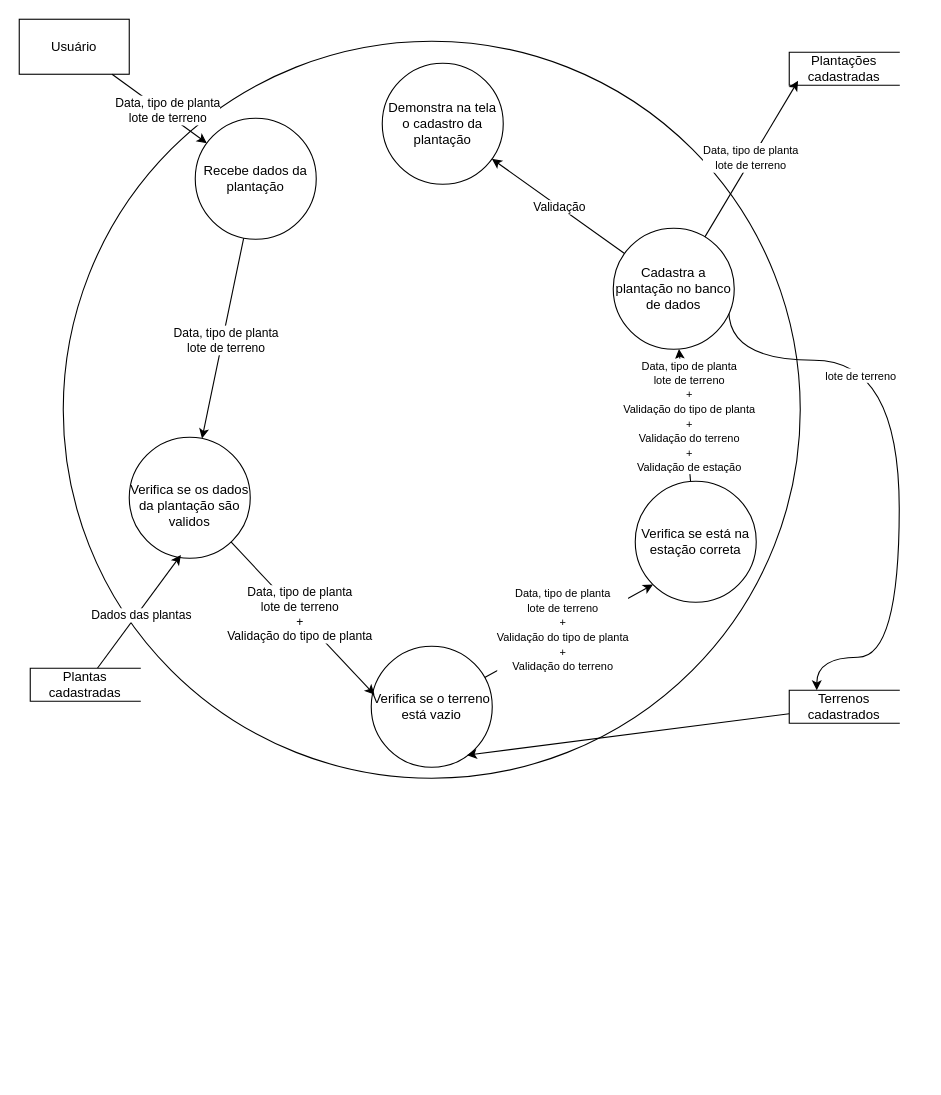
Nebul0Ok/SeuPaulo keeps this draw.io diagram as page "Usuario cadastra plantação" (3 of 6) of documentacao/Diagramas/Ações do Usuário.drawio. Above is the earlier version. Source tidied: cells renumbered, new cells numbered last; positions are measured from the earlier drawing's top-left corner, leaving out a move shared by most shapes. Both pictures are drawn from the tidied source at 110%, with x=0, y=0 at pixel (19, 19).
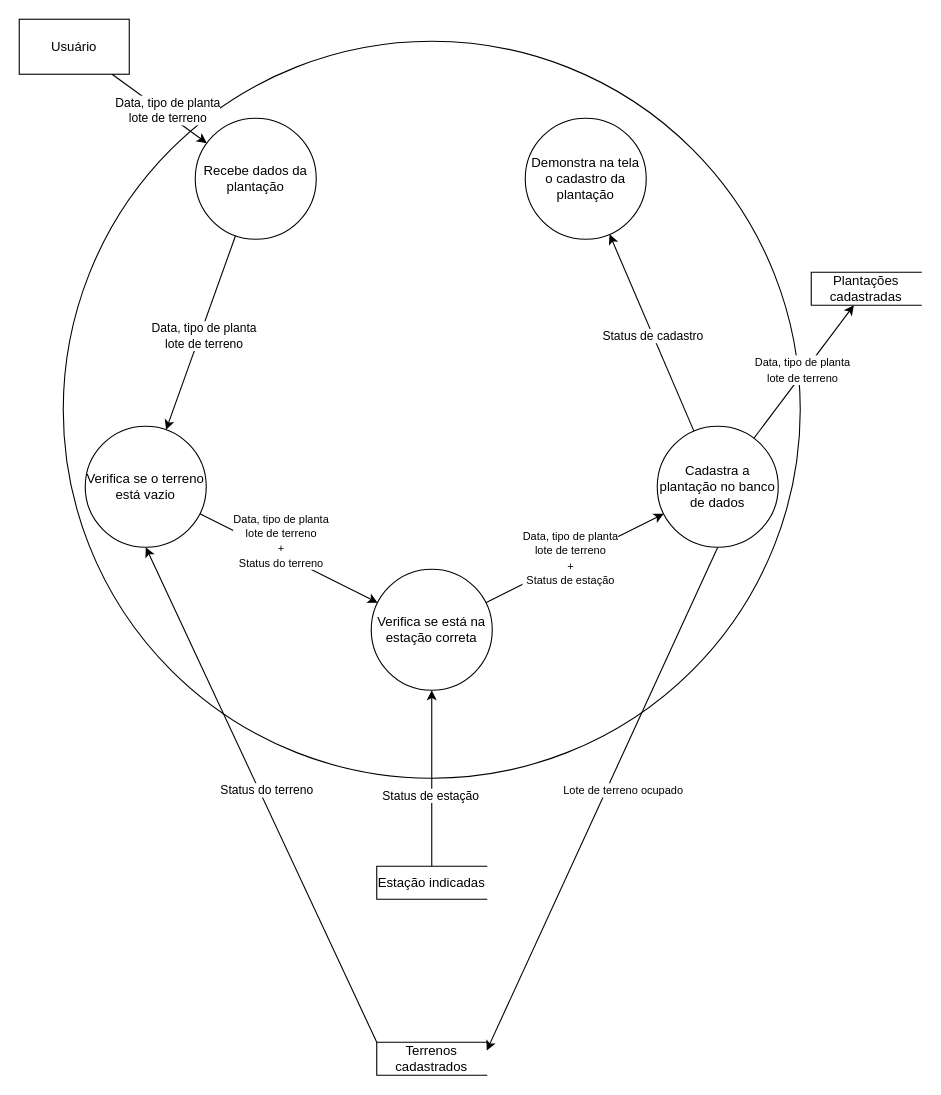
The same page after the edit.

The change refers to these unchanged cells:
```xml
<mxCell id="6" value="Recebe dados da plantação" style="shape=ellipse;html=1;dashed=0;whiteSpace=wrap;perimeter=ellipsePerimeter;" parent="1" vertex="1">
  <mxGeometry x="160" y="90" width="110" height="110" as="geometry" />
</mxCell>
<mxCell id="11" style="edgeStyle=none;rounded=0;jettySize=auto;html=1;" parent="1" edge="1" source="13" target="29">
  <mxGeometry relative="1" as="geometry" />
</mxCell>
<mxCell id="27" style="edgeStyle=none;rounded=0;jettySize=auto;html=1;" parent="1" edge="1" source="29" target="14">
  <mxGeometry relative="1" as="geometry" />
</mxCell>
```

What changed in the source:
```diff
@@
-    <mxCell id="4" style="edgeStyle=none;rounded=0;jettySize=auto;html=1;" parent="1" edge="1" source="6" target="7">
+    <mxCell id="4" style="edgeStyle=none;rounded=0;jettySize=auto;html=1;" parent="1" edge="1" source="6" target="10">
       <mxGeometry relative="1" as="geometry" />
     </mxCell>
@@
-    <mxCell id="7" value="&lt;div style=&quot;&quot;&gt;&lt;span style=&quot;background-color: initial;&quot;&gt;&lt;br&gt;&lt;/span&gt;&lt;/div&gt;&lt;div style=&quot;&quot;&gt;&lt;span style=&quot;background-color: initial;&quot;&gt;Verifica se os dados da plantação são validos&lt;/span&gt;&lt;br&gt;&lt;/div&gt;" style="shape=ellipse;html=1;dashed=0;whiteSpace=wrap;perimeter=ellipsePerimeter;" parent="1" vertex="1">
-      <mxGeometry x="100" y="380" width="110" height="110" as="geometry" />
-    </mxCell>
-    <mxCell id="8" style="edgeStyle=none;rounded=0;jettySize=auto;html=1;entryX=0;entryY=1;entryDx=0;entryDy=0;" parent="1" edge="1" source="10" target="13">
+    <mxCell id="8" style="edgeStyle=none;rounded=0;jettySize=auto;html=1;" parent="1" edge="1" source="10" target="13">
       <mxGeometry relative="1" as="geometry" />
     </mxCell>
-    <mxCell id="9" value="&lt;font style=&quot;font-size: 10px;&quot;&gt;Data, tipo de planta&lt;/font&gt;&lt;div&gt;&lt;font style=&quot;font-size: 10px;&quot;&gt;lote de terreno&lt;/font&gt;&lt;/div&gt;&lt;div&gt;&lt;font style=&quot;font-size: 10px;&quot;&gt;+&lt;/font&gt;&lt;/div&gt;&lt;div&gt;&lt;font style=&quot;font-size: 10px;&quot;&gt;Validação do tipo de planta&lt;/font&gt;&lt;/div&gt;&lt;div&gt;&lt;font style=&quot;font-size: 10px;&quot;&gt;+&lt;/font&gt;&lt;/div&gt;&lt;div&gt;&lt;font style=&quot;font-size: 10px;&quot;&gt;Validação do terreno&lt;/font&gt;&lt;/div&gt;" style="edgeLabel;html=1;align=center;verticalAlign=middle;" parent="8" vertex="1">
+    <mxCell id="9" value="&lt;font style=&quot;font-size: 10px;&quot;&gt;Data, tipo de planta&lt;/font&gt;&lt;div&gt;&lt;font style=&quot;font-size: 10px;&quot;&gt;lote de terreno&lt;/font&gt;&lt;/div&gt;&lt;div&gt;&lt;font style=&quot;font-size: 10px;&quot;&gt;+&lt;/font&gt;&lt;/div&gt;&lt;div&gt;&lt;span style=&quot;font-size: 10px;&quot;&gt;Status do terreno&lt;/span&gt;&lt;/div&gt;" style="edgeLabel;html=1;align=center;verticalAlign=middle;" parent="8" vertex="1">
       <mxGeometry x="-0.19" y="-1" relative="1" as="geometry">
         <mxPoint x="8" y="-10" as="offset" />
       </mxGeometry>
     </mxCell>
     <mxCell id="10" value="&lt;div style=&quot;&quot;&gt;&lt;span style=&quot;background-color: initial;&quot;&gt;Verifica se o terreno está vazio&lt;/span&gt;&lt;br&gt;&lt;/div&gt;" style="shape=ellipse;html=1;dashed=0;whiteSpace=wrap;perimeter=ellipsePerimeter;" parent="1" vertex="1">
-      <mxGeometry x="320" y="570" width="110" height="110" as="geometry" />
+      <mxGeometry x="60" y="370" width="110" height="110" as="geometry" />
     </mxCell>
@@
-    <mxCell id="12" value="&lt;font style=&quot;font-size: 10px;&quot;&gt;Data, tipo de planta&lt;/font&gt;&lt;div&gt;&lt;font style=&quot;font-size: 10px;&quot;&gt;lote de terreno&lt;/font&gt;&lt;/div&gt;&lt;div&gt;&lt;font style=&quot;font-size: 10px;&quot;&gt;+&lt;/font&gt;&lt;/div&gt;&lt;div&gt;&lt;font style=&quot;font-size: 10px;&quot;&gt;Validação do tipo de planta&lt;/font&gt;&lt;/div&gt;&lt;div&gt;&lt;font style=&quot;font-size: 10px;&quot;&gt;+&lt;/font&gt;&lt;/div&gt;&lt;div&gt;&lt;font style=&quot;font-size: 10px;&quot;&gt;Validação do terreno&lt;/font&gt;&lt;/div&gt;&lt;div&gt;&lt;font style=&quot;font-size: 10px;&quot;&gt;+&lt;/font&gt;&lt;/div&gt;&lt;div&gt;&lt;font style=&quot;font-size: 10px;&quot;&gt;Validação de estação&lt;/font&gt;&lt;/div&gt;" style="edgeLabel;html=1;align=center;verticalAlign=middle;" parent="11" vertex="1">
+    <mxCell id="12" value="&lt;font style=&quot;font-size: 10px;&quot;&gt;Data, tipo de planta&lt;/font&gt;&lt;div&gt;&lt;font style=&quot;font-size: 10px;&quot;&gt;lote de terreno&lt;/font&gt;&lt;/div&gt;&lt;div&gt;&lt;font style=&quot;font-size: 10px;&quot;&gt;+&lt;/font&gt;&lt;/div&gt;&lt;div&gt;&lt;span style=&quot;font-size: 10px;&quot;&gt;Status de estação&lt;/span&gt;&lt;/div&gt;" style="edgeLabel;html=1;align=center;verticalAlign=middle;" parent="11" vertex="1">
       <mxGeometry x="0.43" y="-1" relative="1" as="geometry">
-        <mxPoint x="5" y="26" as="offset" />
+        <mxPoint x="-40" y="16" as="offset" />
       </mxGeometry>
     </mxCell>
     <mxCell id="13" value="&lt;div style=&quot;&quot;&gt;&lt;span style=&quot;background-color: initial;&quot;&gt;Verifica se está na estação correta&lt;/span&gt;&lt;br&gt;&lt;/div&gt;" style="shape=ellipse;html=1;dashed=0;whiteSpace=wrap;perimeter=ellipsePerimeter;" parent="1" vertex="1">
-      <mxGeometry x="560" y="420" width="110" height="110" as="geometry" />
+      <mxGeometry x="320" y="500" width="110" height="110" as="geometry" />
     </mxCell>
     <mxCell id="14" value="&lt;div style=&quot;&quot;&gt;&lt;span style=&quot;background-color: initial;&quot;&gt;Demonstra na tela o cadastro da plantação&lt;/span&gt;&lt;br&gt;&lt;/div&gt;" style="shape=ellipse;html=1;dashed=0;whiteSpace=wrap;perimeter=ellipsePerimeter;" parent="1" vertex="1">
-      <mxGeometry x="330" y="40" width="110" height="110" as="geometry" />
+      <mxGeometry x="460" y="90" width="110" height="110" as="geometry" />
     </mxCell>
@@
-    <mxCell id="17" style="edgeStyle=none;rounded=0;jettySize=auto;html=1;entryX=0.027;entryY=0.4;entryDx=0;entryDy=0;entryPerimeter=0;" parent="1" edge="1" source="7" target="10">
-      <mxGeometry relative="1" as="geometry" />
-    </mxCell>
-    <mxCell id="18" value="Data, tipo de planta&lt;div&gt;lote de terreno&lt;/div&gt;&lt;div&gt;+&lt;/div&gt;&lt;div&gt;Validação do tipo de planta&lt;/div&gt;" style="edgeLabel;html=1;align=center;verticalAlign=middle;" parent="17" vertex="1">
-      <mxGeometry x="-0.05" relative="1" as="geometry" />
-    </mxCell>
-    <mxCell id="19" style="edgeStyle=none;rounded=0;jettySize=auto;html=1;entryX=0.427;entryY=0.973;entryDx=0;entryDy=0;entryPerimeter=0;" parent="1" edge="1" source="21" target="7">
-      <mxGeometry relative="1" as="geometry" />
-    </mxCell>
-    <mxCell id="20" value="Dados das plantas" style="edgeLabel;html=1;align=center;verticalAlign=middle;" parent="19" vertex="1">
-      <mxGeometry x="-0.02" y="-2" relative="1" as="geometry">
-        <mxPoint y="1" as="offset" />
-      </mxGeometry>
-    </mxCell>
-    <mxCell id="21" value="Plantas cadastradas" style="html=1;dashed=0;whiteSpace=wrap;shape=partialRectangle;right=0;" parent="1" vertex="1">
-      <mxGeometry x="10" y="590" width="100" height="30" as="geometry" />
-    </mxCell>
-    <mxCell id="22" style="edgeStyle=none;rounded=0;jettySize=auto;html=1;entryX=0.791;entryY=0.9;entryDx=0;entryDy=0;entryPerimeter=0;" parent="1" edge="1" source="23" target="10">
+    <mxCell id="22" style="edgeStyle=none;rounded=0;jettySize=auto;html=1;exitX=0;exitY=0;exitDx=0;exitDy=0;entryX=0.5;entryY=1;entryDx=0;entryDy=0;" parent="1" edge="1" source="23" target="10">
       <mxGeometry relative="1" as="geometry" />
     </mxCell>
+    <mxCell id="32" value="Status do terreno" style="edgeLabel;html=1;align=center;verticalAlign=middle;" parent="22" vertex="1">
+      <mxGeometry x="0.07" y="-1" relative="1" as="geometry">
+        <mxPoint x="11" y="12" as="offset" />
+      </mxGeometry>
+    </mxCell>
     <mxCell id="23" value="Terrenos cadastrados" style="html=1;dashed=0;whiteSpace=wrap;shape=partialRectangle;right=0;" parent="1" vertex="1">
-      <mxGeometry x="700" y="610" width="100" height="30" as="geometry" />
+      <mxGeometry x="325" y="930" width="100" height="30" as="geometry" />
     </mxCell>
     <mxCell id="24" value="Plantações cadastradas" style="html=1;dashed=0;whiteSpace=wrap;shape=partialRectangle;right=0;" parent="1" vertex="1">
-      <mxGeometry x="700" y="30" width="100" height="30" as="geometry" />
+      <mxGeometry x="720" y="230" width="100" height="30" as="geometry" />
     </mxCell>
-    <mxCell id="25" style="edgeStyle=orthogonalEdgeStyle;rounded=0;jettySize=auto;html=1;entryX=0.25;entryY=0;entryDx=0;entryDy=0;curved=1;exitX=0.955;exitY=0.682;exitDx=0;exitDy=0;exitPerimeter=0;" parent="1" edge="1" source="29" target="23">
-      <mxGeometry relative="1" as="geometry">
-        <Array as="points">
-          <mxPoint x="645" y="310" />
-          <mxPoint x="800" y="310" />
-          <mxPoint x="800" y="580" />
-          <mxPoint x="725" y="580" />
-        </Array>
-      </mxGeometry>
+    <mxCell id="25" style="rounded=0;jettySize=auto;html=1;entryX=1;entryY=0.25;entryDx=0;entryDy=0;exitX=0.5;exitY=1;exitDx=0;exitDy=0;" parent="1" edge="1" source="29" target="23">
+      <mxGeometry relative="1" as="geometry" />
     </mxCell>
-    <mxCell id="26" value="&lt;span style=&quot;font-size: 10px;&quot;&gt;lote de terreno&lt;/span&gt;" style="edgeLabel;html=1;align=center;verticalAlign=middle;" parent="25" vertex="1">
-      <mxGeometry x="-0.43" y="-13" relative="1" as="geometry" />
+    <mxCell id="26" value="&lt;span style=&quot;font-size: 10px;&quot;&gt;Lote de terreno ocupado&lt;/span&gt;" style="edgeLabel;html=1;align=center;verticalAlign=middle;" parent="25" vertex="1">
+      <mxGeometry x="-0.43" y="-13" relative="1" as="geometry">
+        <mxPoint x="-15" y="96" as="offset" />
+      </mxGeometry>
     </mxCell>
@@
-    <mxCell id="28" value="Validação" style="edgeLabel;html=1;align=center;verticalAlign=middle;" parent="27" vertex="1">
+    <mxCell id="28" value="Status de cadastro" style="edgeLabel;html=1;align=center;verticalAlign=middle;" parent="27" vertex="1">
       <mxGeometry x="-0.02" relative="1" as="geometry" />
     </mxCell>
     <mxCell id="29" value="&lt;div style=&quot;&quot;&gt;&lt;span style=&quot;background-color: initial;&quot;&gt;Cadastra a plantação no banco de dados&lt;/span&gt;&lt;br&gt;&lt;/div&gt;" style="shape=ellipse;html=1;dashed=0;whiteSpace=wrap;perimeter=ellipsePerimeter;" parent="1" vertex="1">
-      <mxGeometry x="540" y="190" width="110" height="110" as="geometry" />
+      <mxGeometry x="580" y="370" width="110" height="110" as="geometry" />
     </mxCell>
-    <mxCell id="30" style="edgeStyle=none;rounded=0;jettySize=auto;html=1;entryX=0.08;entryY=0.867;entryDx=0;entryDy=0;entryPerimeter=0;" parent="1" edge="1" source="29" target="24">
+    <mxCell id="30" style="edgeStyle=none;rounded=0;jettySize=auto;html=1;" parent="1" edge="1" source="29" target="24">
       <mxGeometry relative="1" as="geometry" />
     </mxCell>
@@
+    <mxCell id="33" style="edgeStyle=orthogonalEdgeStyle;rounded=0;jettySize=auto;html=1;" parent="1" edge="1" source="35" target="13">
+      <mxGeometry relative="1" as="geometry" />
+    </mxCell>
+    <mxCell id="34" value="Status de estação" style="edgeLabel;html=1;align=center;verticalAlign=middle;" parent="33" vertex="1">
+      <mxGeometry x="-0.19" y="2" relative="1" as="geometry" />
+    </mxCell>
+    <mxCell id="35" value="Estação indicadas" style="html=1;dashed=0;whiteSpace=wrap;shape=partialRectangle;right=0;" parent="1" vertex="1">
+      <mxGeometry x="325" y="770" width="100" height="30" as="geometry" />
+    </mxCell>
```
